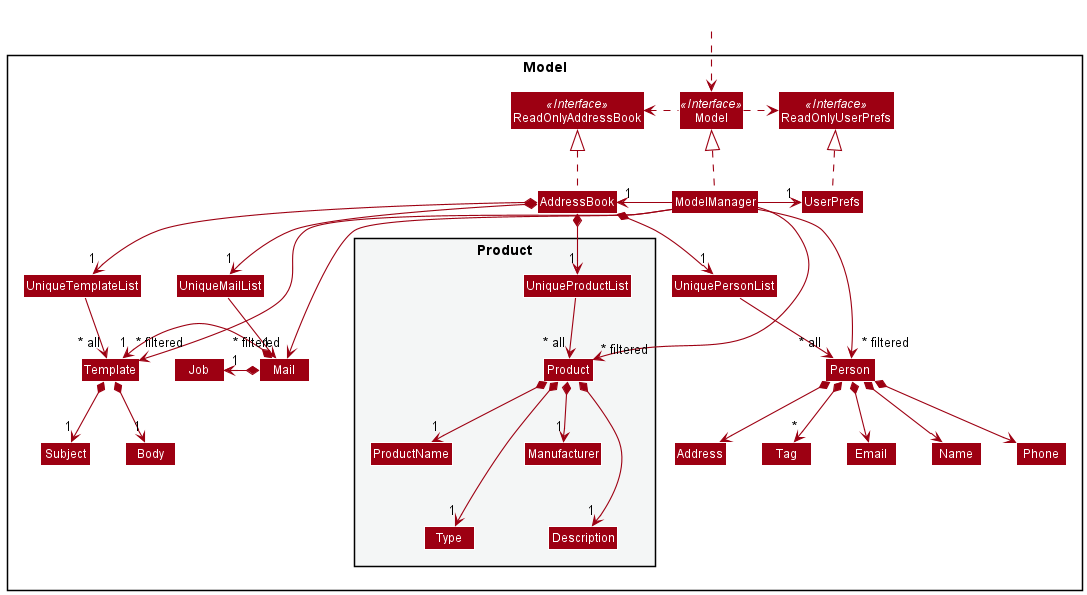
Before: docs/images/ModelClassDiagram.png, a diagram exported from PlantUML (ooawagaeri/tp).
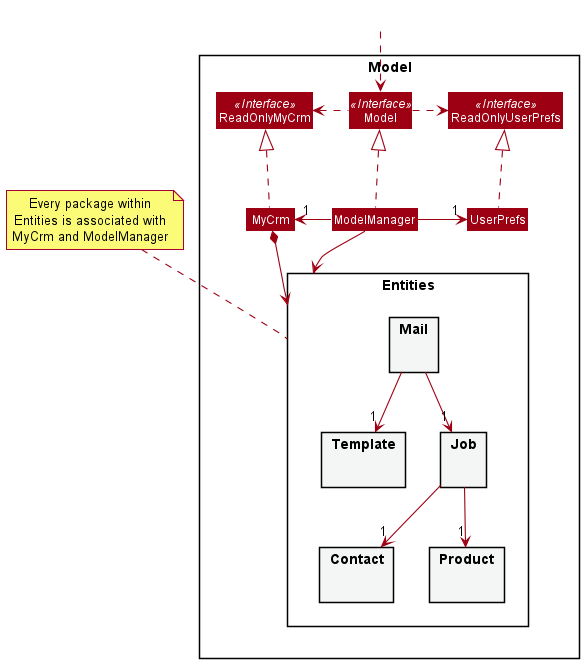
Later version of the same file.

Change to the diagram source:
```diff
@@ -5,95 +5,47 @@
 skinparam classBackgroundColor MODEL_COLOR
 
 Package Model <<Rectangle>>{
-Interface ReadOnlyAddressBook <<Interface>>
+Interface ReadOnlyMyCrm <<Interface>>
 Interface ReadOnlyUserPrefs <<Interface>>
 Interface Model <<Interface>>
-Class AddressBook
-Class ReadOnlyAddressBook
+Class MyCrm
+Class ReadOnlyMyCrm
 Class Model
 Class ModelManager
 Class UserPrefs
 Class ReadOnlyUserPrefs
 
-
-Class UniquePersonList
-Class Person
-Class Address
-Class Email
-Class Name
-Class Phone
-Class Tag
-
-Class UniqueTemplateList
-Class Template
-Class Subject
-Class Body
-
-Class UniqueMailList
-Class Mail
-
-Class Job
-
-package "Product" #F4F6F6{
-Class UniqueProductList
-Class Product
-Class ProductName
-Class Type
-Class Manufacturer
-Class Description
+package Entities {
+package Contact #F4F6F6{}
+package Product #F4F6F6{}
+package Template #F4F6F6{}
+package Job #F4F6F6{}
+package Mail #F4F6F6{}
 }
-
 }
 
 Class HiddenOutside #FFFFFF
 HiddenOutside ..> Model
 
-AddressBook .up.|> ReadOnlyAddressBook
+MyCrm .up.|> ReadOnlyMyCrm
 
 ModelManager .up.|> Model
 Model .right.> ReadOnlyUserPrefs
-Model .left.> ReadOnlyAddressBook
-ModelManager -left-> "1" AddressBook
+Model .left.> ReadOnlyMyCrm
+ModelManager -left-> "1" MyCrm
 ModelManager -right-> "1" UserPrefs
 UserPrefs .up.|> ReadOnlyUserPrefs
 
-AddressBook *--> "1" UniquePersonList
-UniquePersonList --> "~* all" Person
-Person *--> Name
-Person *--> Phone
-Person *--> Email
-Person *--> Address
-Person *--> "*" Tag
+MyCrm *--> Entities
+ModelManager -[hidden]-> Entities
+ModelManager --> Entities
+note top of Entities: Every package within\nEntities is associated with\nMyCrm and ModelManager
 
-AddressBook *--> "1" UniqueTemplateList
-UniqueTemplateList --> "~* all" Template
-Template *--> "1" Subject
-Template *--> "1" Body
 
-AddressBook *--> "1" UniqueMailList
-UniqueMailList --> "1" Mail
-Mail *-right-> "1" Template
-Mail *-left-> "1" Job
+Job --> "1" Product
+Job --> "1" Contact
 
-Name -[hidden]right-> Phone
-Phone -[hidden]right-> Address
-Address -[hidden]right-> Email
-Subject -[hidden]right-> Body
-ModelManager -[hidden]down-> UniquePersonList
-
-UniqueProductList -[hidden]left- UniquePersonList
-ProductName -[hidden]down- Type
-Manufacturer -[hidden]down- Description
-AddressBook *--> "1" UniqueProductList
-UniqueProductList --> "~* all" Product
-Product *--> "1" ProductName
-Product *--> "1" Type
-Product *--> "1" Description
-Product *--> "1" Manufacturer
-
-ModelManager -->"~* filtered" Person
-ModelManager -->"~* filtered" Template
-ModelManager -->"~* filtered" Mail
-ModelManager -->"~* filtered" Product
+Mail--> "1" Template
+Mail --> "1" Job
 
 @enduml
```
